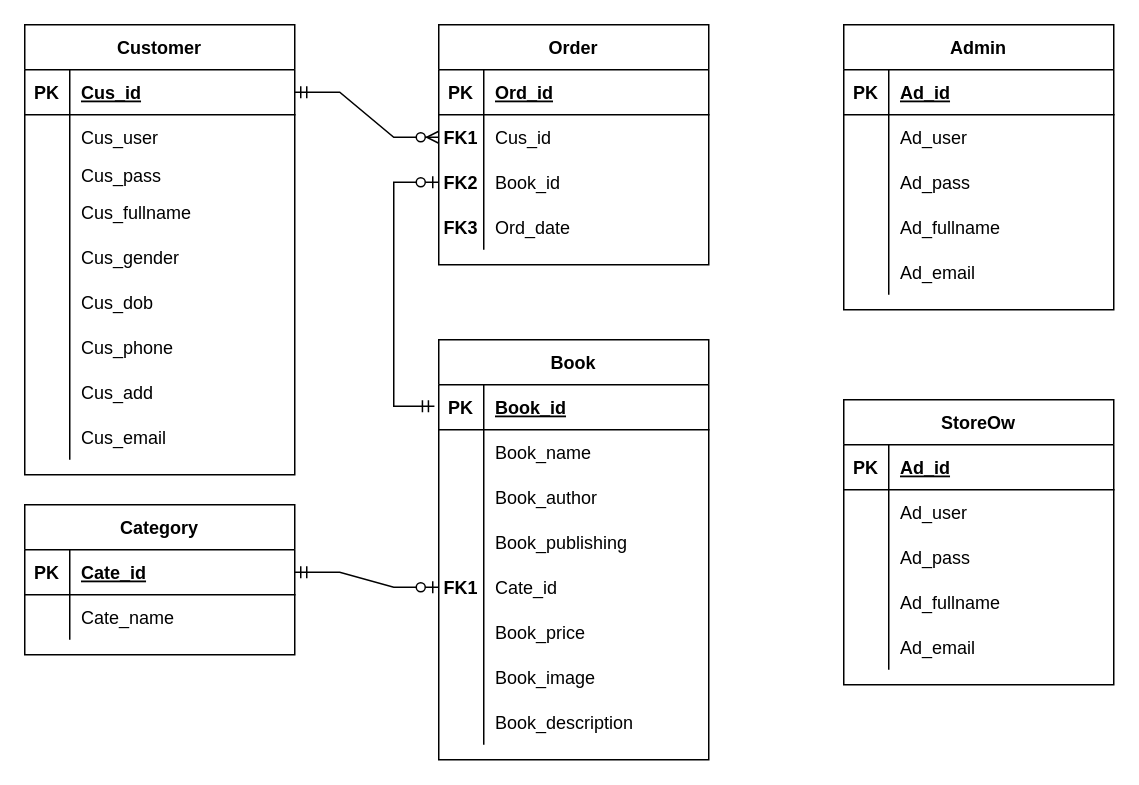
Earlier version of the draw.io diagram page "ERD" (2 of 5) of Diagram/Diagram.drawio (ducmtgch200681/1670-App-group). Source tidied: cells renumbered, new cells numbered last; positions are measured from the earlier drawing's top-left corner, leaving out a move shared by most shapes. Both pictures are drawn from the tidied source at 150%, with x=0, y=0 at pixel (24, 24).
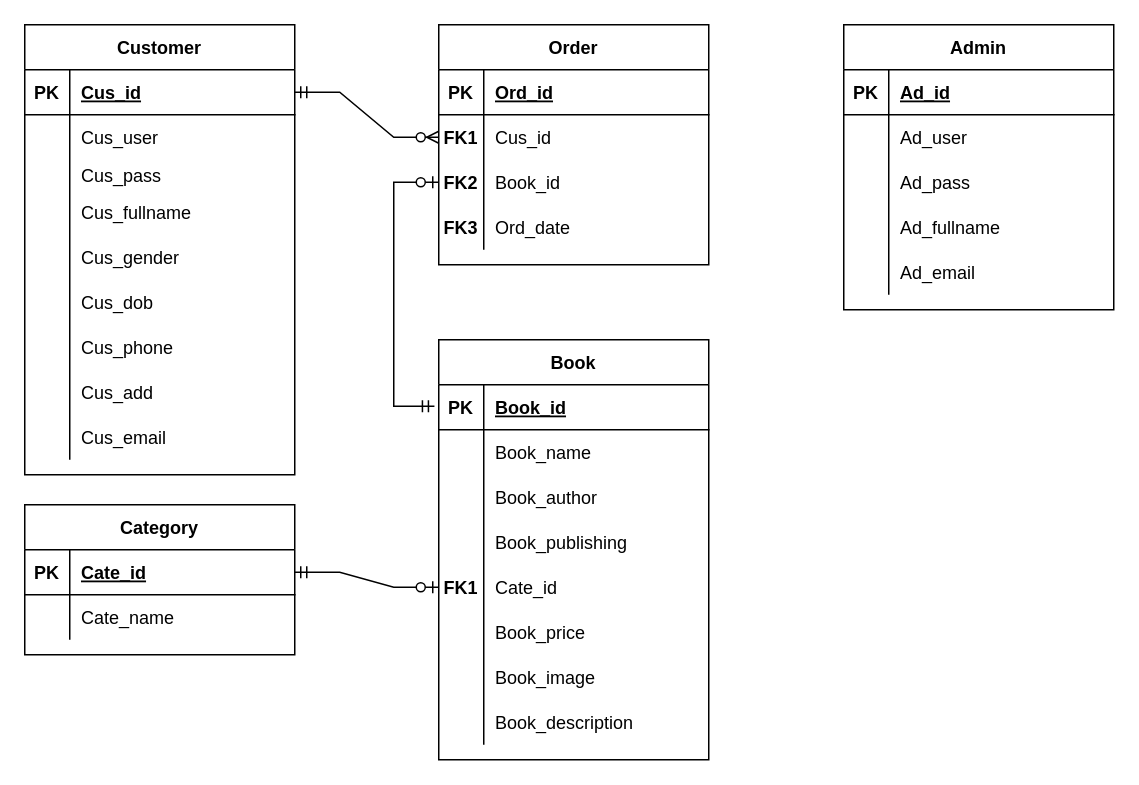
Above is the later version.

What changed in the source:
```diff
@@
-    <mxCell id="94" value="StoreOw" style="shape=table;startSize=30;childLayout=tableLayout;rowLines=0;fontStyle=1;align=center;" parent="1" vertex="1">
-      <mxGeometry x="546" y="250" width="180" height="190" as="geometry" />
-    </mxCell>
-    <mxCell id="95" style="shape=tableRow;horizontal=0;startSize=0;swimlaneHead=0;swimlaneBody=0;fillColor=none;top=0;left=0;right=0;bottom=1;" parent="94" vertex="1">
-      <mxGeometry y="30" width="180" height="30" as="geometry" />
-    </mxCell>
-    <mxCell id="96" value="PK" style="shape=partialRectangle;fillColor=none;top=0;left=0;bottom=0;right=0;fontStyle=1;overflow=hidden;" parent="95" vertex="1">
-      <mxGeometry width="30" height="30" as="geometry" />
-    </mxCell>
-    <mxCell id="97" value="Ad_id" style="shape=partialRectangle;fillColor=none;top=0;left=0;bottom=0;right=0;align=left;spacingLeft=6;fontStyle=5;overflow=hidden;" parent="95" vertex="1">
-      <mxGeometry x="30" width="150" height="30" as="geometry" />
-    </mxCell>
-    <mxCell id="98" style="shape=tableRow;horizontal=0;startSize=0;swimlaneHead=0;swimlaneBody=0;fillColor=none;top=0;left=0;right=0;bottom=0;" parent="94" vertex="1">
-      <mxGeometry y="60" width="180" height="30" as="geometry" />
-    </mxCell>
-    <mxCell id="99" style="shape=partialRectangle;fillColor=none;top=0;left=0;bottom=0;right=0;overflow=hidden;" parent="98" vertex="1">
-      <mxGeometry width="30" height="30" as="geometry" />
-    </mxCell>
-    <mxCell id="100" value="Ad_user" style="shape=partialRectangle;fillColor=none;top=0;left=0;bottom=0;right=0;align=left;spacingLeft=6;overflow=hidden;" parent="98" vertex="1">
-      <mxGeometry x="30" width="150" height="30" as="geometry" />
-    </mxCell>
-    <mxCell id="101" style="shape=tableRow;horizontal=0;startSize=0;swimlaneHead=0;swimlaneBody=0;fillColor=none;top=0;left=0;right=0;bottom=0;" parent="94" vertex="1">
-      <mxGeometry y="90" width="180" height="30" as="geometry" />
-    </mxCell>
-    <mxCell id="102" style="shape=partialRectangle;fillColor=none;top=0;left=0;bottom=0;right=0;overflow=hidden;" parent="101" vertex="1">
-      <mxGeometry width="30" height="30" as="geometry" />
-    </mxCell>
-    <mxCell id="103" value="Ad_pass" style="shape=partialRectangle;fillColor=none;top=0;left=0;bottom=0;right=0;align=left;spacingLeft=6;overflow=hidden;" parent="101" vertex="1">
-      <mxGeometry x="30" width="150" height="30" as="geometry" />
-    </mxCell>
-    <mxCell id="104" style="shape=tableRow;horizontal=0;startSize=0;swimlaneHead=0;swimlaneBody=0;fillColor=none;top=0;left=0;right=0;bottom=0;" parent="94" vertex="1">
-      <mxGeometry y="120" width="180" height="30" as="geometry" />
-    </mxCell>
-    <mxCell id="105" style="shape=partialRectangle;fillColor=none;top=0;left=0;bottom=0;right=0;overflow=hidden;" parent="104" vertex="1">
-      <mxGeometry width="30" height="30" as="geometry" />
-    </mxCell>
-    <mxCell id="106" value="Ad_fullname" style="shape=partialRectangle;fillColor=none;top=0;left=0;bottom=0;right=0;align=left;spacingLeft=6;overflow=hidden;" parent="104" vertex="1">
-      <mxGeometry x="30" width="150" height="30" as="geometry" />
-    </mxCell>
-    <mxCell id="107" style="shape=tableRow;horizontal=0;startSize=0;swimlaneHead=0;swimlaneBody=0;fillColor=none;top=0;left=0;right=0;bottom=0;" parent="94" vertex="1">
-      <mxGeometry y="150" width="180" height="30" as="geometry" />
-    </mxCell>
-    <mxCell id="108" style="shape=partialRectangle;fillColor=none;top=0;left=0;bottom=0;right=0;overflow=hidden;" parent="107" vertex="1">
-      <mxGeometry width="30" height="30" as="geometry" />
-    </mxCell>
-    <mxCell id="109" value="Ad_email" style="shape=partialRectangle;fillColor=none;top=0;left=0;bottom=0;right=0;align=left;spacingLeft=6;overflow=hidden;" parent="107" vertex="1">
-      <mxGeometry x="30" width="150" height="30" as="geometry" />
-    </mxCell>
```
